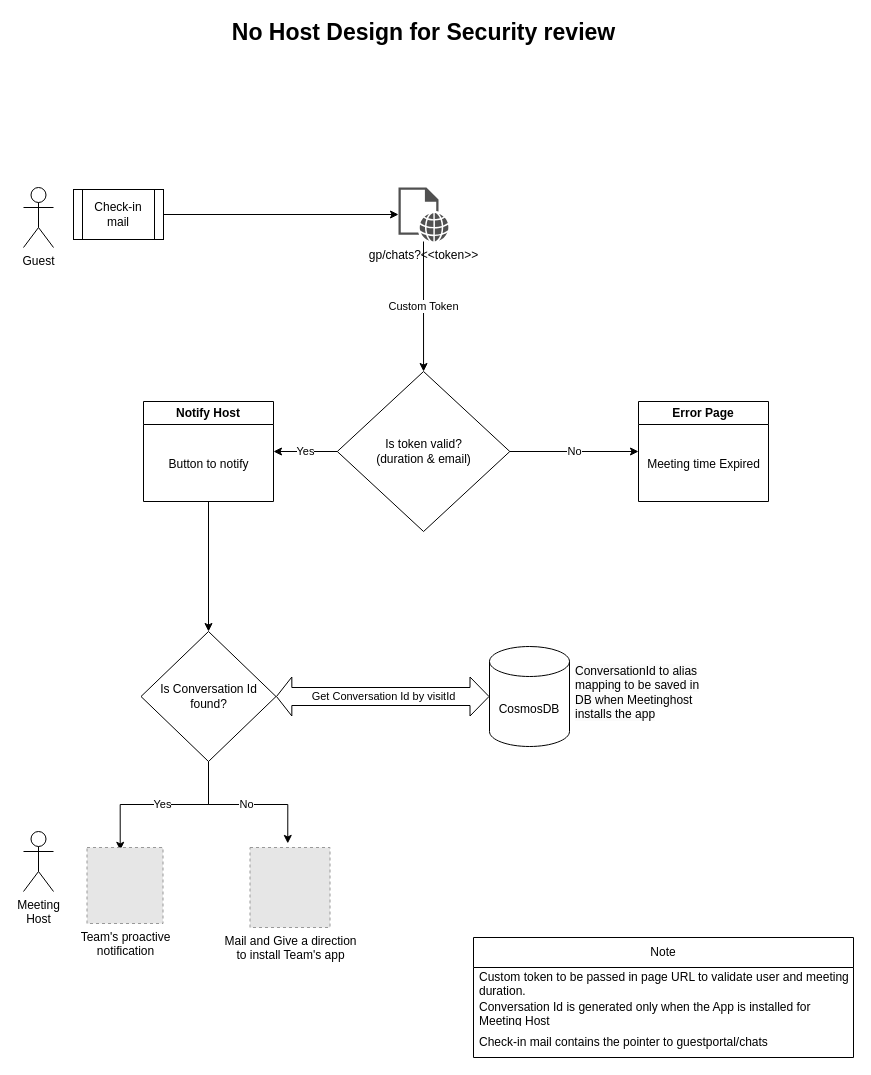
The draw.io diagram NoHost.drawio in ashishnitk/FullStack, before the edit. Source tidied: cells renumbered, new cells numbered last; positions are measured from the earlier drawing's top-left corner, leaving out a move shared by most shapes. Both pictures are drawn from the tidied source at 100%, with x=0, y=0 at pixel (23, 17). Pictures stored in the file or linked from it are replaced by grey dashed boxes.
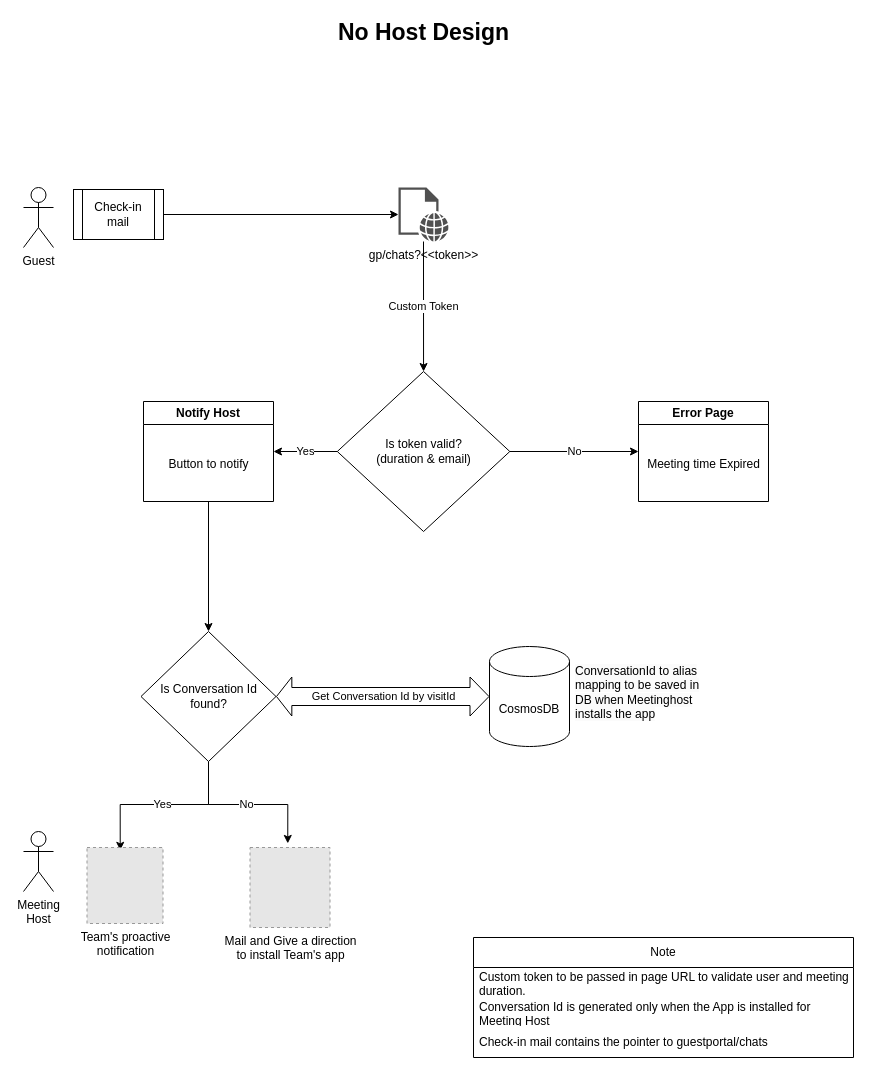
The same diagram, later.

What changed in the source:
```diff
@@
-    <mxCell id="27" value="&lt;b&gt;&lt;font style=&quot;font-size: 23px;&quot;&gt;No Host Design for Security review&lt;/font&gt;&lt;/b&gt;" style="text;html=1;strokeColor=none;fillColor=none;align=center;verticalAlign=middle;whiteSpace=wrap;rounded=0;" parent="1" vertex="1">
+    <mxCell id="27" value="&lt;b&gt;&lt;font style=&quot;font-size: 23px;&quot;&gt;No Host Design&lt;/font&gt;&lt;/b&gt;" style="text;html=1;strokeColor=none;fillColor=none;align=center;verticalAlign=middle;whiteSpace=wrap;rounded=0;" parent="1" vertex="1">
       <mxGeometry x="196.5" width="407" height="30" as="geometry" />
     </mxCell>
```
